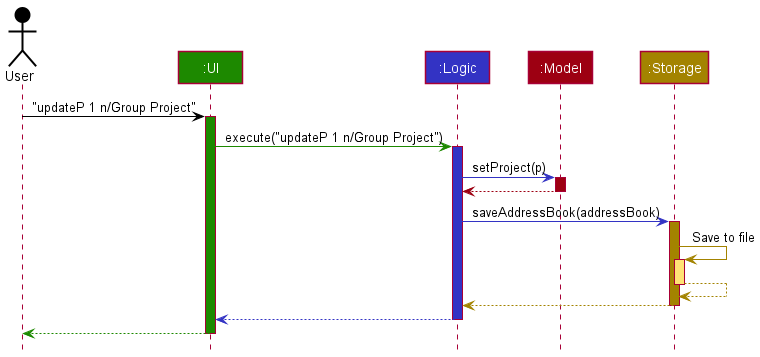
The PlantUML diagram docs/images/UpdateProjectCommandSequenceDiagram.png in nus-cs2103-AY2021S2/tp, before a commit.
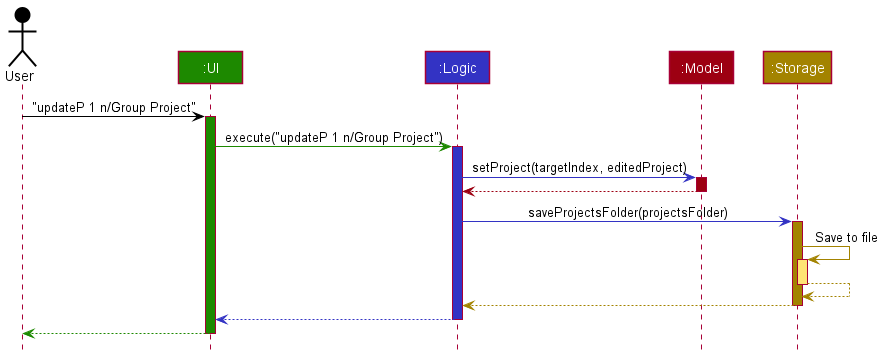
Above is the later version.

The edit, as a diff of the source:
```diff
@@ -13,13 +13,13 @@
 ui -[UI_COLOR]> logic : execute("updateP 1 n/Group Project")
 activate logic LOGIC_COLOR
 
-logic -[LOGIC_COLOR]> model : setProject(p)
+logic -[LOGIC_COLOR]> model : setProject(targetIndex, editedProject)
 activate model MODEL_COLOR
 
 model -[MODEL_COLOR]-> logic
 deactivate model
 
-logic -[LOGIC_COLOR]> storage : saveAddressBook(addressBook)
+logic -[LOGIC_COLOR]> storage : saveProjectsFolder(projectsFolder)
 activate storage STORAGE_COLOR
 
 storage -[STORAGE_COLOR]> storage : Save to file
```
